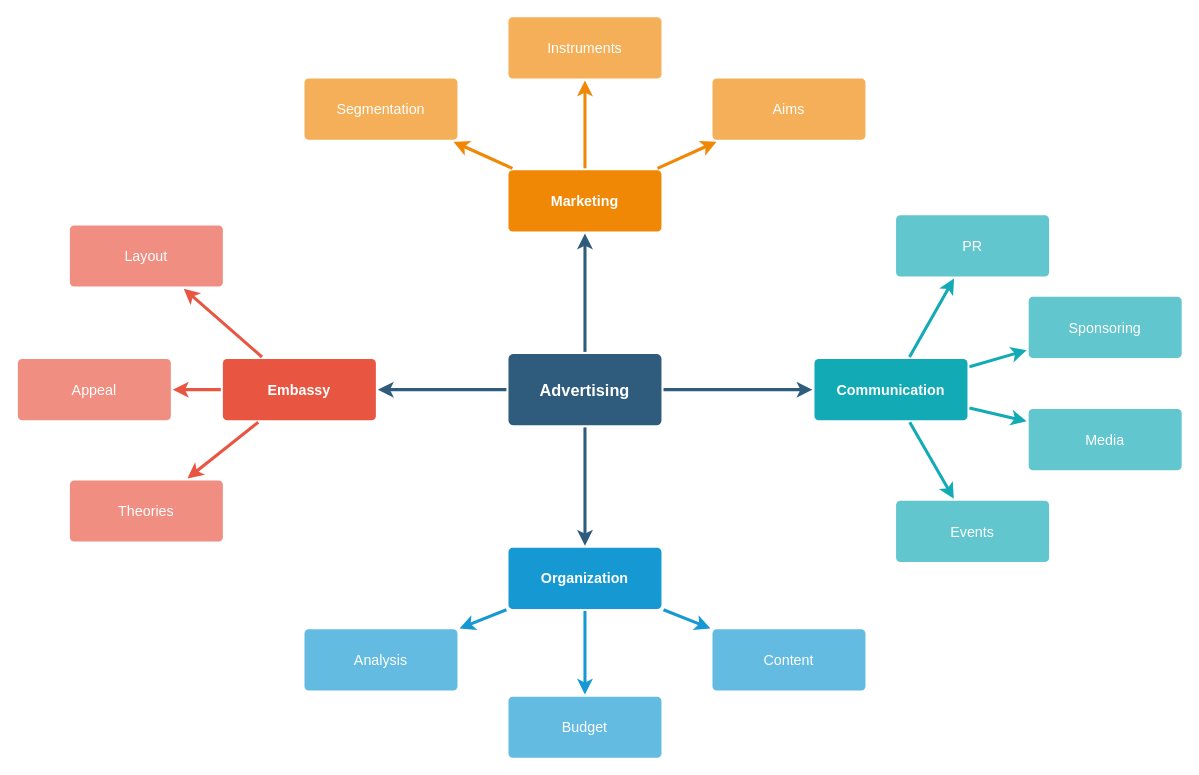
Above: Test.drawio in Maschinencluster/Test (draw.io), before the change. Source tidied: cells renumbered, new cells numbered last; positions are measured from the earlier drawing's top-left corner, leaving out a move shared by most shapes. Both pictures are drawn from the tidied source at 102%, with x=0, y=0 at pixel (17, 16).
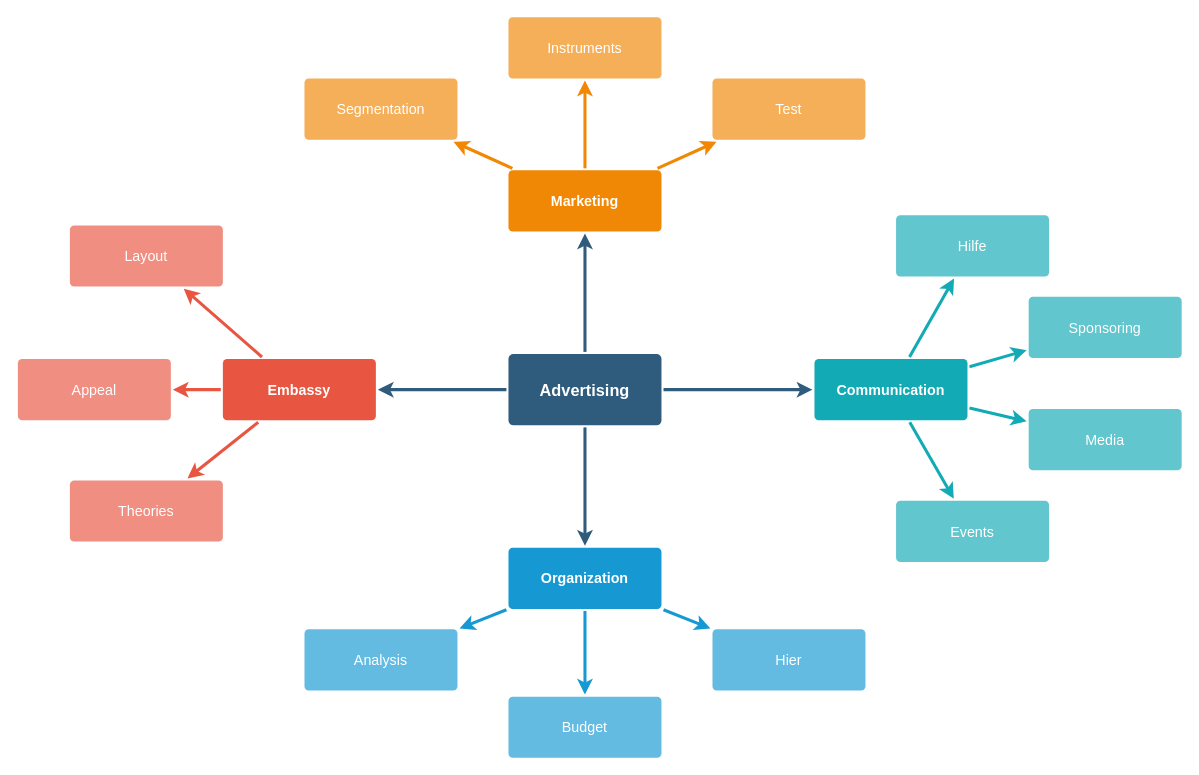
The same page after the edit.

Change to the diagram source:
```diff
@@
-    <mxCell id="18" value="Content" style="rounded=1;whiteSpace=wrap;html=1;shadow=0;labelBackgroundColor=none;strokeColor=none;strokeWidth=3;fillColor=#64bbe2;fontFamily=Helvetica;fontSize=14;fontColor=#FFFFFF;align=center;spacing=5;arcSize=7;perimeterSpacing=2;" parent="1" vertex="1">
+    <mxCell id="18" value="Hier" style="rounded=1;whiteSpace=wrap;html=1;shadow=0;labelBackgroundColor=none;strokeColor=none;strokeWidth=3;fillColor=#64bbe2;fontFamily=Helvetica;fontSize=14;fontColor=#FFFFFF;align=center;spacing=5;arcSize=7;perimeterSpacing=2;" parent="1" vertex="1">
       <mxGeometry x="681" y="600.5" width="150" height="60" as="geometry" />
     </mxCell>
@@
-    <mxCell id="22" value="Aims&lt;br&gt;" style="rounded=1;whiteSpace=wrap;html=1;shadow=0;labelBackgroundColor=none;strokeColor=none;strokeWidth=3;fillColor=#f5af58;fontFamily=Helvetica;fontSize=14;fontColor=#FFFFFF;align=center;spacing=5;arcSize=7;perimeterSpacing=2;" parent="1" vertex="1">
+    <mxCell id="22" value="Test" style="rounded=1;whiteSpace=wrap;html=1;shadow=0;labelBackgroundColor=none;strokeColor=none;strokeWidth=3;fillColor=#f5af58;fontFamily=Helvetica;fontSize=14;fontColor=#FFFFFF;align=center;spacing=5;arcSize=7;perimeterSpacing=2;" parent="1" vertex="1">
       <mxGeometry x="681" y="60.5" width="150" height="60" as="geometry" />
     </mxCell>
@@
-    <mxCell id="35" value="PR" style="rounded=1;whiteSpace=wrap;html=1;shadow=0;labelBackgroundColor=none;strokeColor=none;strokeWidth=3;fillColor=#61c6ce;fontFamily=Helvetica;fontSize=14;fontColor=#FFFFFF;align=center;spacing=5;fontStyle=0;arcSize=7;perimeterSpacing=2;" parent="1" vertex="1">
+    <mxCell id="35" value="Hilfe" style="rounded=1;whiteSpace=wrap;html=1;shadow=0;labelBackgroundColor=none;strokeColor=none;strokeWidth=3;fillColor=#61c6ce;fontFamily=Helvetica;fontSize=14;fontColor=#FFFFFF;align=center;spacing=5;fontStyle=0;arcSize=7;perimeterSpacing=2;" parent="1" vertex="1">
       <mxGeometry x="861" y="194.5" width="150" height="60" as="geometry" />
     </mxCell>
```
